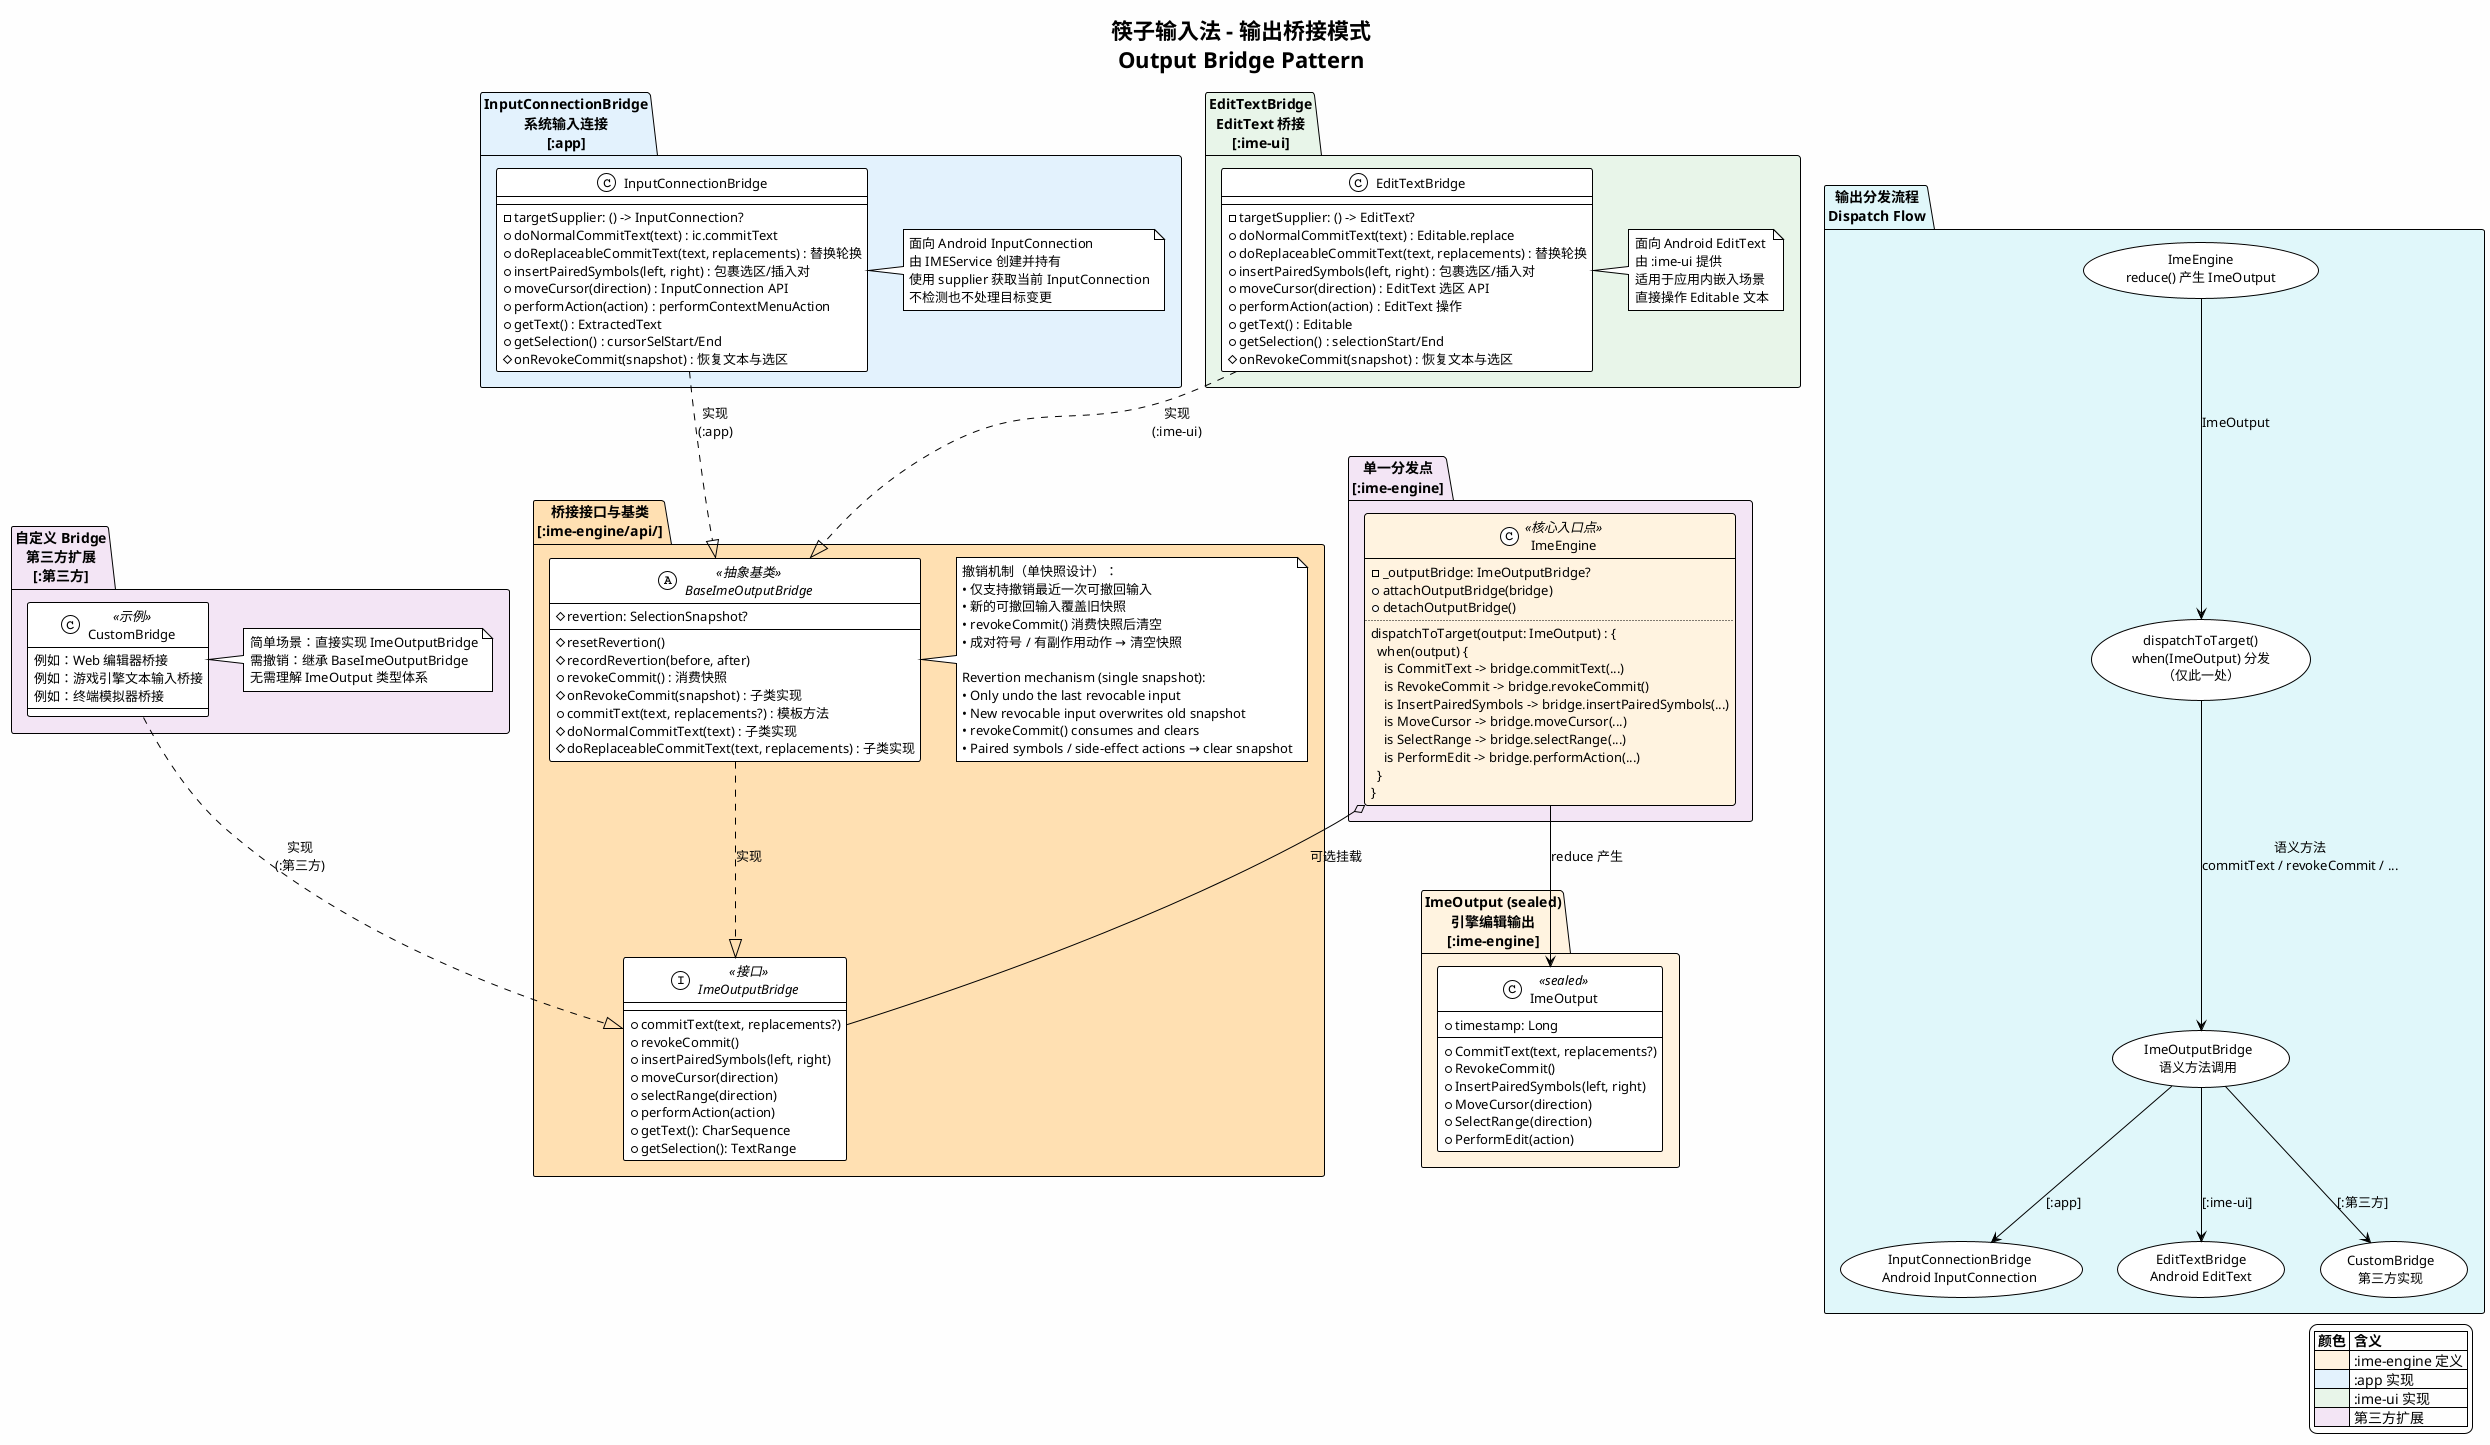
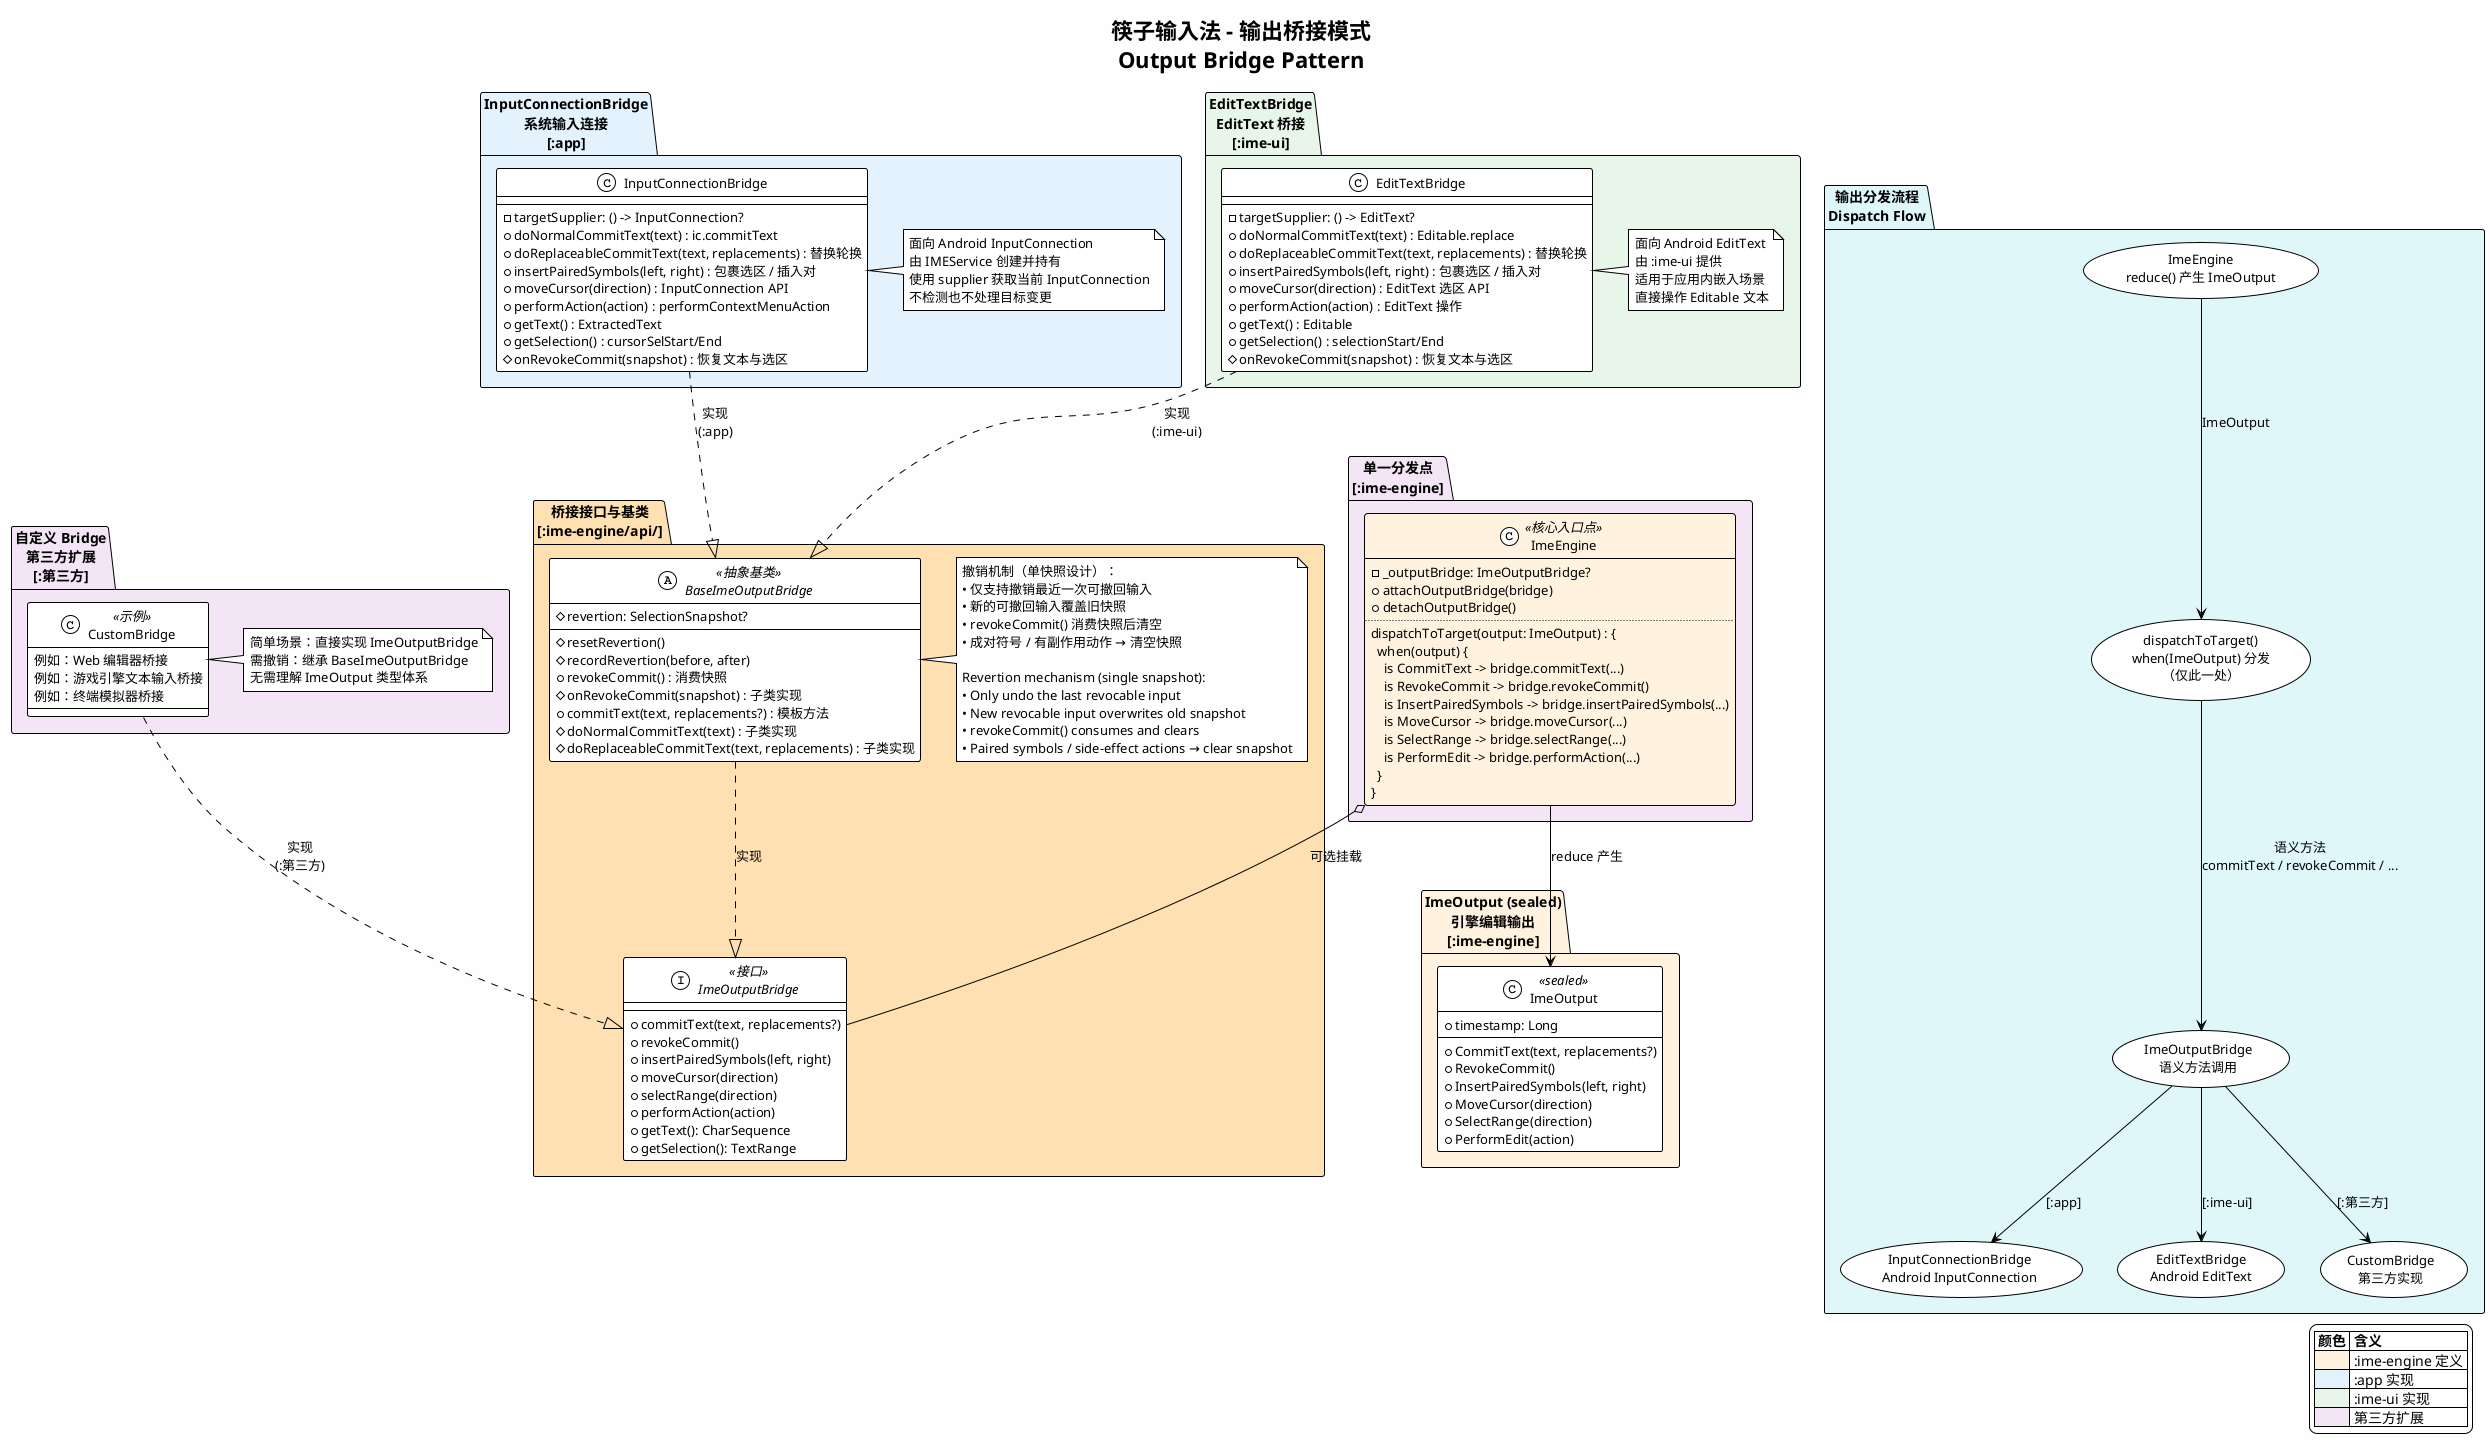
@startuml engine-output-bridge
allowmixing
!theme plain
skinparam backgroundColor #FEFEFE
skinparam shadowing false
skinparam defaultFontSize 13
skinparam classFontSize 13
skinparam packageFontSize 14

title 筷子输入法 - 输出桥接模式\nOutput Bridge Pattern

' ─── ImeOutput Sealed Class ────────────────────────────────────────

package "ImeOutput (sealed)\n引擎编辑输出\n[:ime-engine]" as output #FFF3E0 {

    class ImeOutput <<sealed>> {
        + timestamp: Long
        --
        + CommitText(text, replacements?)
        + RevokeCommit()
        + InsertPairedSymbols(left, right)
        + MoveCursor(direction)
        + SelectRange(direction)
        + PerformEdit(action)
    }
}

' ─── Single Dispatch Point ─────────────────────────────────────────

package "单一分发点\n[:ime-engine]" as dispatch #F3E5F5 {

    class ImeEngine <<核心入口点>> #FFF3E0 {
        - _outputBridge: ImeOutputBridge?
        + attachOutputBridge(bridge)
        + detachOutputBridge()
        ..
        dispatchToTarget(output: ImeOutput) : {\n  when(output) {\n    is CommitText -> bridge.commitText(...)\n    is RevokeCommit -> bridge.revokeCommit()\n    is InsertPairedSymbols -> bridge.insertPairedSymbols(...)\n    is MoveCursor -> bridge.moveCursor(...)\n    is SelectRange -> bridge.selectRange(...)\n    is PerformEdit -> bridge.performAction(...)\n  }\n}
    }
}

' ─── Bridge Interface & Base ───────────────────────────────────────

package "桥接接口与基类\n[:ime-engine/api/]" as bridge_api #FFE0B2 {

    interface ImeOutputBridge <<接口>> {
        + commitText(text, replacements?)
        + revokeCommit()
        + insertPairedSymbols(left, right)
        + moveCursor(direction)
        + selectRange(direction)
        + performAction(action)
        + getText(): CharSequence
        + getSelection(): TextRange
    }

    abstract class BaseImeOutputBridge <<抽象基类>> {
        # revertion: SelectionSnapshot?
        # resetRevertion()
        # recordRevertion(before, after)
        + revokeCommit() : 消费快照
        # onRevokeCommit(snapshot) : 子类实现
        + commitText(text, replacements?) : 模板方法
        # doNormalCommitText(text) : 子类实现
        # doReplaceableCommitText(text, replacements) : 子类实现
    }

    note right of BaseImeOutputBridge
        撤销机制（单快照设计）：
        • 仅支持撤销最近一次可撤回输入
        • 新的可撤回输入覆盖旧快照
        • revokeCommit() 消费快照后清空
        • 成对符号 / 有副作用动作 → 清空快照

        Revertion mechanism (single snapshot):
        • Only undo the last revocable input
        • New revocable input overwrites old snapshot
        • revokeCommit() consumes and clears
        • Paired symbols / side-effect actions → clear snapshot
    end note
}

' ─── Implementations ───────────────────────────────────────────────

package "InputConnectionBridge\n系统输入连接\n[:app]" as app_impl #E3F2FD {

    class InputConnectionBridge {
        - targetSupplier: () -> InputConnection?
        + doNormalCommitText(text) : ic.commitText
        + doReplaceableCommitText(text, replacements) : 替换轮换
-         + insertPairedSymbols(left, right) : 包裹选区/插入对
+         + insertPairedSymbols(left, right) : 包裹选区 / 插入对
        + moveCursor(direction) : InputConnection API
        + performAction(action) : performContextMenuAction
        + getText() : ExtractedText
        + getSelection() : cursorSelStart/End
        # onRevokeCommit(snapshot) : 恢复文本与选区
    }

    note right of InputConnectionBridge
        面向 Android InputConnection
        由 IMEService 创建并持有
        使用 supplier 获取当前 InputConnection
        不检测也不处理目标变更
    end note
}

package "EditTextBridge\nEditText 桥接\n[:ime-ui]" as ui_impl #E8F5E9 {

    class EditTextBridge {
        - targetSupplier: () -> EditText?
        + doNormalCommitText(text) : Editable.replace
        + doReplaceableCommitText(text, replacements) : 替换轮换
-         + insertPairedSymbols(left, right) : 包裹选区/插入对
+         + insertPairedSymbols(left, right) : 包裹选区 / 插入对
        + moveCursor(direction) : EditText 选区 API
        + performAction(action) : EditText 操作
        + getText() : Editable
        + getSelection() : selectionStart/End
        # onRevokeCommit(snapshot) : 恢复文本与选区
    }

    note right of EditTextBridge
        面向 Android EditText
        由 :ime-ui 提供
        适用于应用内嵌入场景
        直接操作 Editable 文本
    end note
}

package "自定义 Bridge\n第三方扩展\n[:第三方]" as custom_impl #F3E5F5 {

    class CustomBridge <<示例>> {
        例如：Web 编辑器桥接
        例如：游戏引擎文本输入桥接
        例如：终端模拟器桥接
    }

    note right of CustomBridge
        简单场景：直接实现 ImeOutputBridge
        需撤销：继承 BaseImeOutputBridge
        无需理解 ImeOutput 类型体系
    end note
}

' ─── Relationships ─────────────────────────────────────────────────

ImeEngine --> ImeOutput : "reduce 产生"
ImeEngine o-- ImeOutputBridge : "可选挂载"
BaseImeOutputBridge ..|> ImeOutputBridge : "实现"
InputConnectionBridge ..|> BaseImeOutputBridge : "实现\n(:app)"
EditTextBridge ..|> BaseImeOutputBridge : "实现\n(:ime-ui)"
CustomBridge ..|> ImeOutputBridge : "实现\n(:第三方)"

' ─── Flow Diagram ──────────────────────────────────────────────────

package "输出分发流程\nDispatch Flow" as flow #E0F7FA {
    usecase "ImeEngine\nreduce() 产生 ImeOutput" as step1
    usecase "dispatchToTarget()\nwhen(ImeOutput) 分发\n（仅此一处）" as step2
    usecase "ImeOutputBridge\n语义方法调用" as step3
    usecase "InputConnectionBridge\nAndroid InputConnection" as step4a
    usecase "EditTextBridge\nAndroid EditText" as step4b
    usecase "CustomBridge\n第三方实现" as step4c

    step1 --> step2 : "ImeOutput"
    step2 --> step3 : "语义方法\ncommitText / revokeCommit / ..."
    step3 --> step4a : "[:app]"
    step3 --> step4b : "[:ime-ui]"
    step3 --> step4c : "[:第三方]"
}

' ─── Legend ─────────────────────────────────────────────────────────

legend right
    |= 颜色 |= 含义 |
    |<#FFF3E0>| :ime-engine 定义 |
    |<#E3F2FD>| :app 实现 |
    |<#E8F5E9>| :ime-ui 实现 |
    |<#F3E5F5>| 第三方扩展 |
endlegend

@enduml
